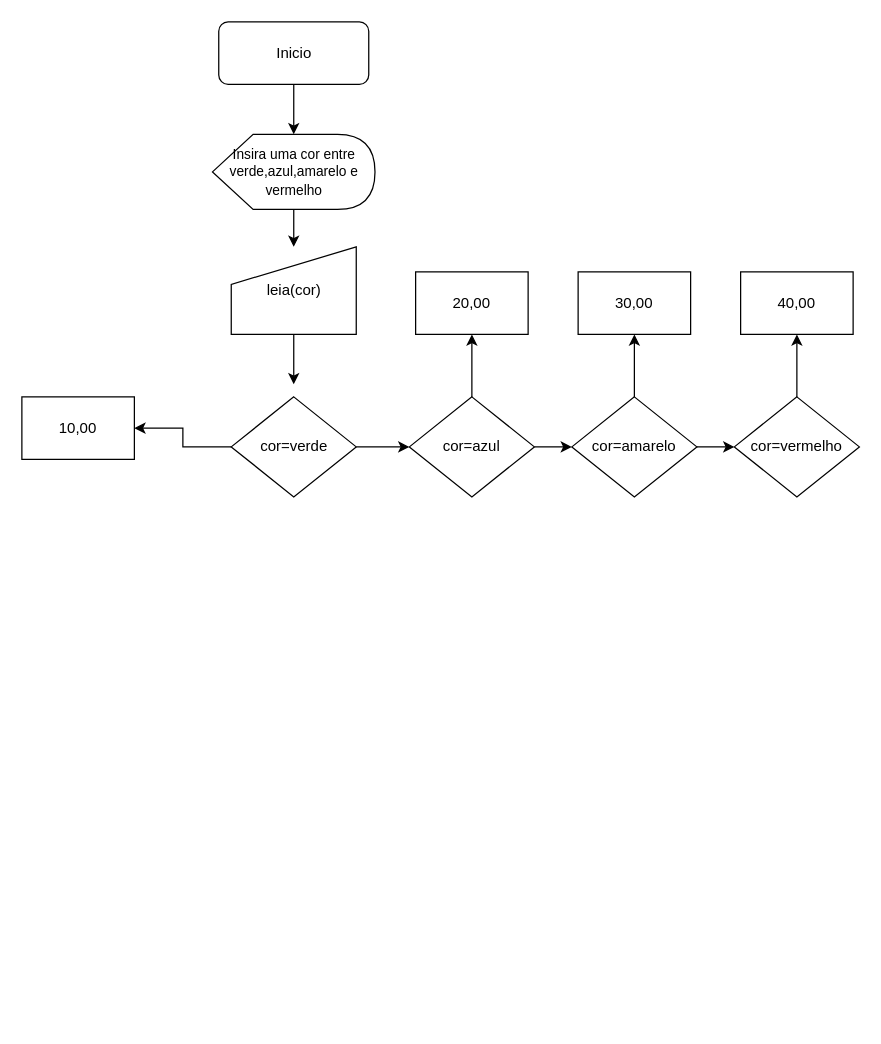
Before: Diagrama sem nome.drawio in isabellichrispiniano/lojaProjeto, a draw.io diagram. Source tidied: cells renumbered, new cells numbered last; positions are measured from the earlier drawing's top-left corner, leaving out a move shared by most shapes. Both pictures are drawn from the tidied source at 125%, with x=0, y=0 at pixel (21, 21).
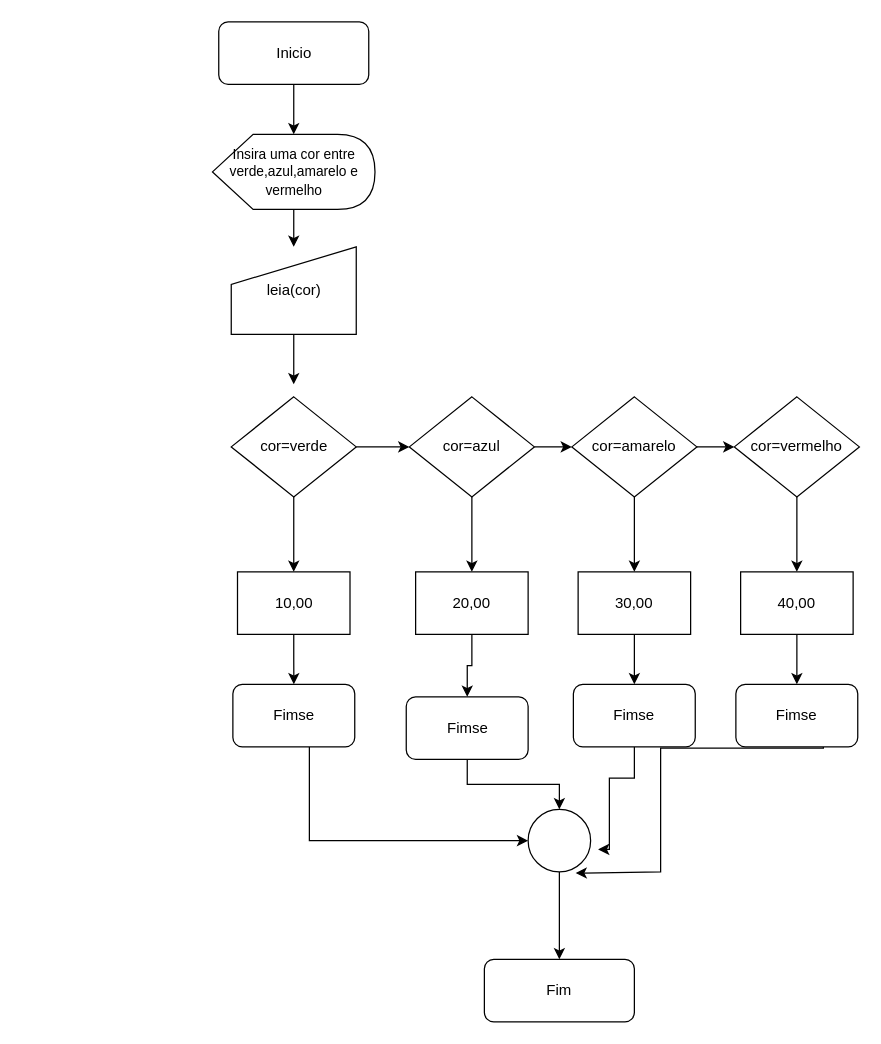
After the change.

Diff of the diagram source:
```diff
@@
+    <mxCell id="23" style="edgeStyle=orthogonalEdgeStyle;rounded=0;jettySize=auto;html=1;" parent="1" edge="1" source="11" target="28">
+      <mxGeometry relative="1" as="geometry" />
+    </mxCell>
     <mxCell id="11" value="10,00" style="rounded=0;whiteSpace=wrap;html=1;" parent="1" vertex="1">
-      <mxGeometry y="300" width="90" height="50" as="geometry" />
+      <mxGeometry x="172.5" y="440" width="90" height="50" as="geometry" />
     </mxCell>
@@
+    <mxCell id="24" style="edgeStyle=orthogonalEdgeStyle;rounded=0;jettySize=auto;html=1;" parent="1" edge="1" source="15" target="30">
+      <mxGeometry relative="1" as="geometry" />
+    </mxCell>
     <mxCell id="15" value="20,00" style="rounded=0;whiteSpace=wrap;html=1;" parent="1" vertex="1">
-      <mxGeometry x="315" y="200" width="90" height="50" as="geometry" />
+      <mxGeometry x="315" y="440" width="90" height="50" as="geometry" />
     </mxCell>
@@
+    <mxCell id="25" style="edgeStyle=orthogonalEdgeStyle;rounded=0;jettySize=auto;html=1;" parent="1" edge="1" source="19" target="32">
+      <mxGeometry relative="1" as="geometry" />
+    </mxCell>
     <mxCell id="19" value="30,00" style="rounded=0;whiteSpace=wrap;html=1;" parent="1" vertex="1">
-      <mxGeometry x="445" y="200" width="90" height="50" as="geometry" />
+      <mxGeometry x="445" y="440" width="90" height="50" as="geometry" />
     </mxCell>
@@
+    <mxCell id="26" style="edgeStyle=orthogonalEdgeStyle;rounded=0;jettySize=auto;html=1;" parent="1" edge="1" source="22" target="34">
+      <mxGeometry relative="1" as="geometry" />
+    </mxCell>
     <mxCell id="22" value="40,00" style="rounded=0;whiteSpace=wrap;html=1;" parent="1" vertex="1">
-      <mxGeometry x="575" y="200" width="90" height="50" as="geometry" />
+      <mxGeometry x="575" y="440" width="90" height="50" as="geometry" />
     </mxCell>
+    <mxCell id="27" style="edgeStyle=orthogonalEdgeStyle;rounded=0;jettySize=auto;html=1;entryX=0;entryY=0.5;entryDx=0;entryDy=0;" parent="1" edge="1" source="28" target="36">
+      <mxGeometry relative="1" as="geometry">
+        <Array as="points">
+          <mxPoint x="230" y="655" />
+        </Array>
+      </mxGeometry>
+    </mxCell>
+    <mxCell id="28" value="Fimse" style="rounded=1;whiteSpace=wrap;html=1;" parent="1" vertex="1">
+      <mxGeometry x="168.8" y="530" width="97.5" height="50" as="geometry" />
+    </mxCell>
+    <mxCell id="29" style="edgeStyle=orthogonalEdgeStyle;rounded=0;jettySize=auto;html=1;entryX=0.5;entryY=0;entryDx=0;entryDy=0;" parent="1" edge="1" source="30" target="36">
+      <mxGeometry relative="1" as="geometry" />
+    </mxCell>
+    <mxCell id="30" value="Fimse" style="rounded=1;whiteSpace=wrap;html=1;" parent="1" vertex="1">
+      <mxGeometry x="307.5" y="540" width="97.5" height="50" as="geometry" />
+    </mxCell>
+    <mxCell id="31" style="edgeStyle=orthogonalEdgeStyle;rounded=0;jettySize=auto;html=1;entryX=1.12;entryY=0.64;entryDx=0;entryDy=0;entryPerimeter=0;" parent="1" edge="1" source="32" target="36">
+      <mxGeometry relative="1" as="geometry">
+        <Array as="points">
+          <mxPoint x="490" y="605" />
+          <mxPoint x="470" y="605" />
+          <mxPoint x="470" y="662" />
+        </Array>
+      </mxGeometry>
+    </mxCell>
+    <mxCell id="32" value="Fimse" style="rounded=1;whiteSpace=wrap;html=1;" parent="1" vertex="1">
+      <mxGeometry x="441.2" y="530" width="97.5" height="50" as="geometry" />
+    </mxCell>
+    <mxCell id="33" style="edgeStyle=orthogonalEdgeStyle;rounded=0;jettySize=auto;html=1;entryX=0.76;entryY=1.02;entryDx=0;entryDy=0;entryPerimeter=0;" parent="1" edge="1" target="36">
+      <mxGeometry relative="1" as="geometry">
+        <mxPoint x="641.2" y="580" as="sourcePoint" />
+        <Array as="points">
+          <mxPoint x="641" y="581" />
+          <mxPoint x="511" y="581" />
+          <mxPoint x="511" y="680" />
+        </Array>
+      </mxGeometry>
+    </mxCell>
+    <mxCell id="34" value="Fimse" style="rounded=1;whiteSpace=wrap;html=1;" parent="1" vertex="1">
+      <mxGeometry x="571.2" y="530" width="97.5" height="50" as="geometry" />
+    </mxCell>
+    <mxCell id="35" style="edgeStyle=orthogonalEdgeStyle;rounded=0;jettySize=auto;html=1;" parent="1" edge="1" source="36" target="37">
+      <mxGeometry relative="1" as="geometry" />
+    </mxCell>
+    <mxCell id="36" style="ellipse;whiteSpace=wrap;html=1;" parent="1" vertex="1">
+      <mxGeometry x="405" y="630" width="50" height="50" as="geometry" />
+    </mxCell>
+    <mxCell id="37" value="Fim" style="rounded=1;whiteSpace=wrap;html=1;" parent="1" vertex="1">
+      <mxGeometry x="370" y="750" width="120" height="50" as="geometry" />
+    </mxCell>
```
